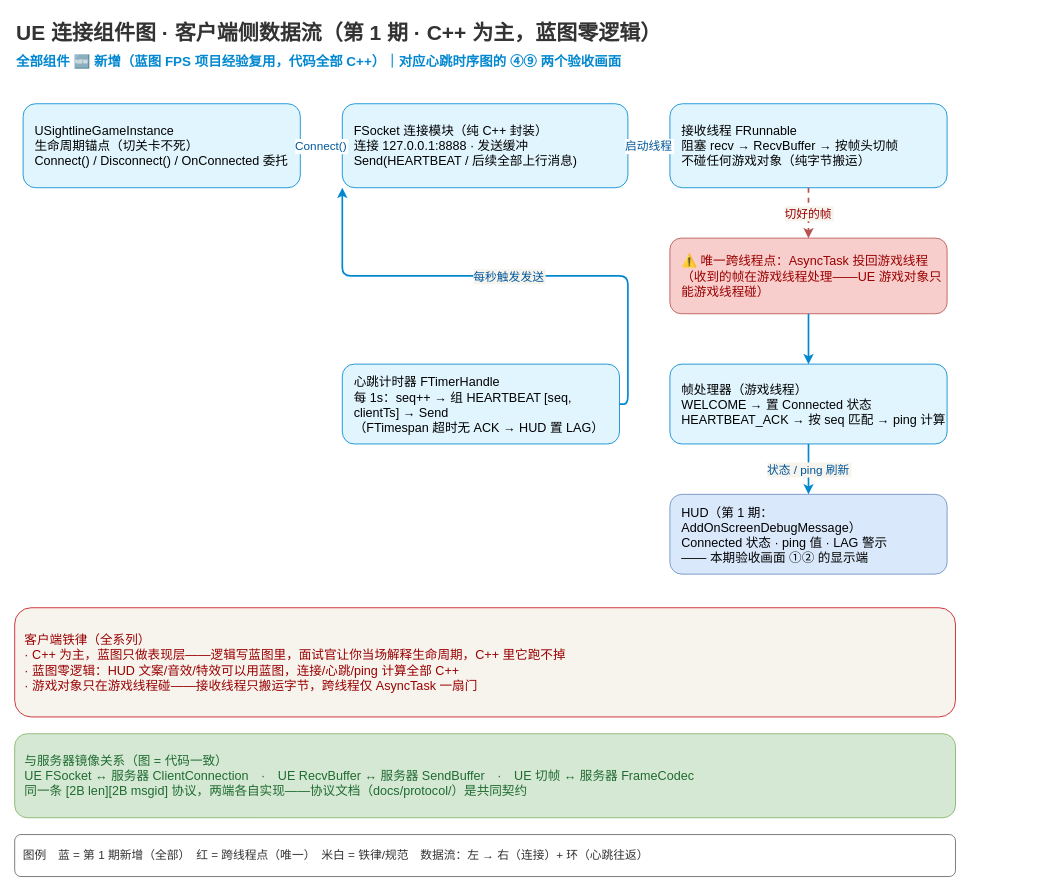
The draw.io diagram docs/episodes/ep01/ue_connection.drawio in x-PiXiu/Sightline, before the edit. Source tidied: cells renumbered, new cells numbered last; positions are measured from the earlier drawing's top-left corner, leaving out a move shared by most shapes. Both pictures are drawn from the tidied source at 84%, with x=0, y=0 at pixel (14, 14).
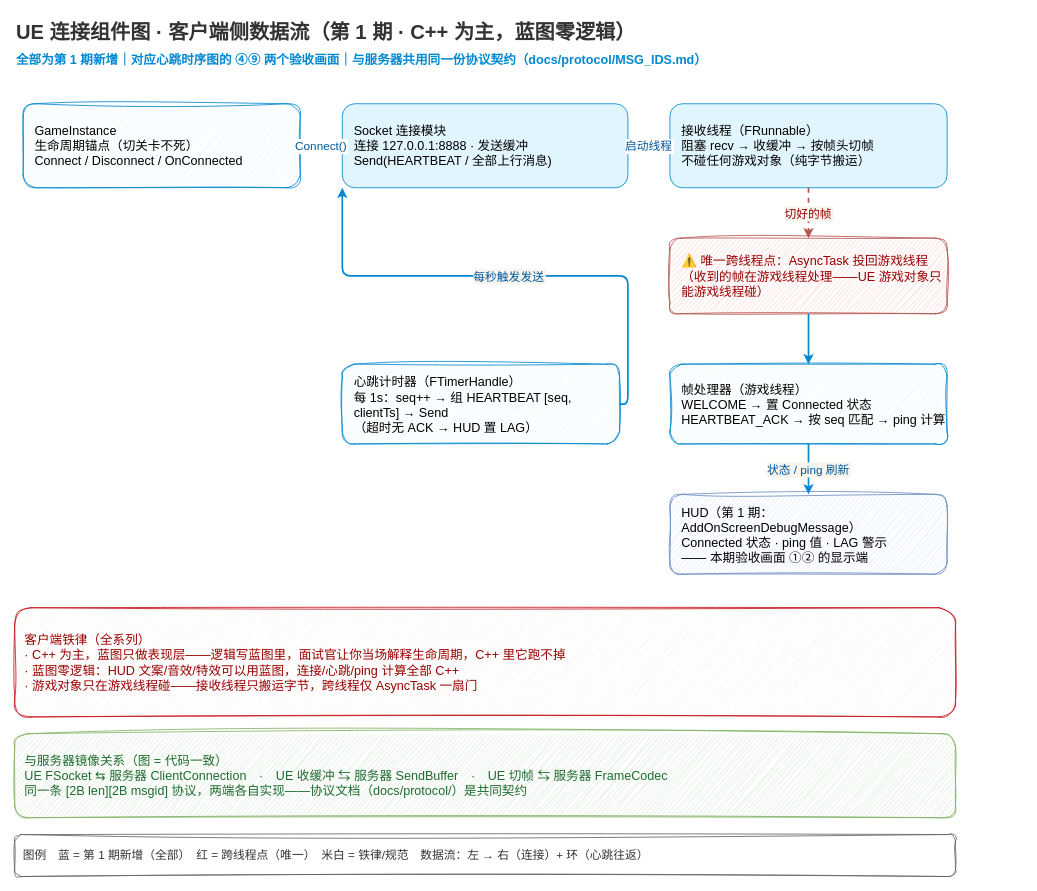
Above is the later version.

Diff of the diagram source:
```diff
@@
 <mxGraphModel>
   <root>
     <mxCell id="0" />
     <mxCell id="1" parent="0" />
-    <mxCell id="2" value="UE 连接组件图 · 客户端侧数据流（第 1 期 · C++ 为主，蓝图零逻辑）" style="text;fontSize=25;fontStyle=1;fontColor=#333333;align=left;" parent="1" vertex="1">
-      <mxGeometry width="1100" height="38" as="geometry" />
+    <mxCell id="2" value="UE 连接组件图 · 客户端侧数据流（第 1 期 · C++ 为主，蓝图零逻辑）" style="text;fontSize=24;fontStyle=1;fontColor=#333333;align=left;sketch=1;" parent="1" vertex="1">
+      <mxGeometry width="1100" height="36" as="geometry" />
     </mxCell>
-    <mxCell id="3" value="全部组件 🆕 新增（蓝图 FPS 项目经验复用，代码全部 C++）｜对应心跳时序图的 ④⑨ 两个验收画面" style="text;fontSize=16;fontStyle=1;fontColor=#0288d1;align=left;" parent="1" vertex="1">
-      <mxGeometry y="40" width="1100" height="30" as="geometry" />
+    <mxCell id="3" value="全部为第 1 期新增｜对应心跳时序图的 ④⑨ 两个验收画面｜与服务器共用同一份协议契约（docs/protocol/MSG_IDS.md）" style="text;fontSize=15;fontStyle=1;fontColor=#0288d1;align=left;" parent="1" vertex="1">
+      <mxGeometry y="38" width="1200" height="28" as="geometry" />
     </mxCell>
-    <mxCell id="4" value="USightlineGameInstance&#10;生命周期锚点（切关卡不死）&#10;Connect() / Disconnect() / OnConnected 委托" style="rounded=1;whiteSpace=wrap;fillColor=#e1f5fe;strokeColor=#0288d1;fontSize=15;align=left;spacingLeft=12;" parent="1" vertex="1">
+    <mxCell id="4" value="GameInstance&#10;生命周期锚点（切关卡不死）&#10;Connect / Disconnect / OnConnected" style="rounded=1;whiteSpace=wrap;fillColor=#e1f5fe;strokeColor=#0288d1;fontSize=15;align=left;spacingLeft=12;sketch=1;curveFitting=1;jiggle=2;" parent="1" vertex="1">
       <mxGeometry x="10" y="106" width="330" height="100" as="geometry" />
     </mxCell>
-    <mxCell id="5" value="FSocket 连接模块（纯 C++ 封装）&#10;连接 127.0.0.1:8888 · 发送缓冲&#10;Send(HEARTBEAT / 后续全部上行消息)" style="rounded=1;whiteSpace=wrap;fillColor=#e1f5fe;strokeColor=#0288d1;fontSize=15;align=left;spacingLeft=12;" parent="1" vertex="1">
+    <mxCell id="5" value="Socket 连接模块&#10;连接 127.0.0.1:8888 · 发送缓冲&#10;Send(HEARTBEAT / 全部上行消息)" style="rounded=1;whiteSpace=wrap;fillColor=#e1f5fe;strokeColor=#0288d1;fontSize=15;align=left;spacingLeft=12;" parent="1" vertex="1">
       <mxGeometry x="390" y="106" width="340" height="100" as="geometry" />
     </mxCell>
-    <mxCell id="6" value="接收线程 FRunnable&#10;阻塞 recv → RecvBuffer → 按帧头切帧&#10;不碰任何游戏对象（纯字节搬运）" style="rounded=1;whiteSpace=wrap;fillColor=#e1f5fe;strokeColor=#0288d1;fontSize=15;align=left;spacingLeft=12;" parent="1" vertex="1">
+    <mxCell id="6" value="接收线程（FRunnable）&#10;阻塞 recv → 收缓冲 → 按帧头切帧&#10;不碰任何游戏对象（纯字节搬运）" style="rounded=1;whiteSpace=wrap;fillColor=#e1f5fe;strokeColor=#0288d1;fontSize=15;align=left;spacingLeft=12;" parent="1" vertex="1">
       <mxGeometry x="780" y="106" width="330" height="100" as="geometry" />
     </mxCell>
     <mxCell id="7" value="Connect()" style="edgeStyle=none;strokeColor=#0288d1;strokeWidth=2;fontSize=14;fontColor=#01579b;background=#f7f4ee;exitX=1;exitY=0.5;entryX=0;entryY=0.5;" parent="1" edge="1" source="4" target="5">
       <mxGeometry relative="1" as="geometry" />
     </mxCell>
     <mxCell id="8" value="启动线程" style="edgeStyle=none;strokeColor=#0288d1;strokeWidth=2;fontSize=14;fontColor=#01579b;background=#f7f4ee;exitX=1;exitY=0.5;entryX=0;entryY=0.5;" parent="1" edge="1" source="5" target="6">
       <mxGeometry relative="1" as="geometry" />
     </mxCell>
-    <mxCell id="9" value="⚠️ 唯一跨线程点：AsyncTask 投回游戏线程&#10;（收到的帧在游戏线程处理——UE 游戏对象只能游戏线程碰）" style="rounded=1;whiteSpace=wrap;fillColor=#f8cecc;strokeColor=#b85450;fontSize=15;fontColor=#990000;align=left;spacingLeft=12;" parent="1" vertex="1">
+    <mxCell id="9" value="⚠️ 唯一跨线程点：AsyncTask 投回游戏线程&#10;（收到的帧在游戏线程处理——UE 游戏对象只能游戏线程碰）" style="rounded=1;whiteSpace=wrap;fillColor=#f8cecc;strokeColor=#b85450;fontSize=15;fontColor=#990000;align=left;spacingLeft=12;sketch=1;curveFitting=1;jiggle=2;" parent="1" vertex="1">
       <mxGeometry x="780" y="266" width="330" height="90" as="geometry" />
     </mxCell>
     <mxCell id="10" value="切好的帧" style="edgeStyle=orthogonalEdgeStyle;strokeColor=#b85450;strokeWidth=2;dashed=1;fontSize=14;fontColor=#990000;exitX=0.5;exitY=1;entryX=0.5;entryY=0;labelBackgroundColor=#f7f4ee;" parent="1" edge="1" source="6" target="9">
       <mxGeometry relative="1" as="geometry" />
     </mxCell>
-    <mxCell id="11" value="帧处理器（游戏线程）&#10;WELCOME → 置 Connected 状态&#10;HEARTBEAT_ACK → 按 seq 匹配 → ping 计算" style="rounded=1;whiteSpace=wrap;fillColor=#e1f5fe;strokeColor=#0288d1;fontSize=15;align=left;spacingLeft=12;" parent="1" vertex="1">
+    <mxCell id="11" value="帧处理器（游戏线程）&#10;WELCOME → 置 Connected 状态&#10;HEARTBEAT_ACK → 按 seq 匹配 → ping 计算" style="rounded=1;whiteSpace=wrap;fillColor=#e1f5fe;strokeColor=#0288d1;fontSize=15;align=left;spacingLeft=12;sketch=1;curveFitting=1;jiggle=2;" parent="1" vertex="1">
       <mxGeometry x="780" y="416" width="330" height="95" as="geometry" />
     </mxCell>
     <mxCell id="12" style="edgeStyle=orthogonalEdgeStyle;strokeColor=#0288d1;strokeWidth=2;exitX=0.5;exitY=1;entryX=0.5;entryY=0;" parent="1" edge="1" source="9" target="11">
       <mxGeometry relative="1" as="geometry" />
     </mxCell>
-    <mxCell id="13" value="心跳计时器 FTimerHandle&#10;每 1s：seq++ → 组 HEARTBEAT [seq, clientTs] → Send&#10;（FTimespan 超时无 ACK → HUD 置 LAG）" style="rounded=1;whiteSpace=wrap;fillColor=#e1f5fe;strokeColor=#0288d1;fontSize=15;align=left;spacingLeft=12;" parent="1" vertex="1">
+    <mxCell id="13" value="心跳计时器（FTimerHandle）&#10;每 1s：seq++ → 组 HEARTBEAT [seq, clientTs] → Send&#10;（超时无 ACK → HUD 置 LAG）" style="rounded=1;whiteSpace=wrap;fillColor=#e1f5fe;strokeColor=#0288d1;fontSize=15;align=left;spacingLeft=12;sketch=1;curveFitting=1;jiggle=2;" parent="1" vertex="1">
       <mxGeometry x="390" y="416" width="330" height="95" as="geometry" />
     </mxCell>
     <mxCell id="14" value="每秒触发发送" style="edgeStyle=orthogonalEdgeStyle;strokeColor=#0288d1;strokeWidth=2;fontSize=14;fontColor=#01579b;exitX=1;exitY=0.5;entryX=0;entryY=1;labelBackgroundColor=#f7f4ee;" parent="1" edge="1" source="13" target="5">
       <mxGeometry relative="1" as="geometry" />
     </mxCell>
-    <mxCell id="15" value="HUD（第 1 期：AddOnScreenDebugMessage）&#10;Connected 状态 · ping 值 · LAG 警示&#10;—— 本期验收画面 ①② 的显示端" style="rounded=1;whiteSpace=wrap;fillColor=#dae8fc;strokeColor=#6c8ebf;fontSize=15;align=left;spacingLeft=12;" parent="1" vertex="1">
+    <mxCell id="15" value="HUD（第 1 期：AddOnScreenDebugMessage）&#10;Connected 状态 · ping 值 · LAG 警示&#10;—— 本期验收画面 ①② 的显示端" style="rounded=1;whiteSpace=wrap;fillColor=#dae8fc;strokeColor=#6c8ebf;fontSize=15;align=left;spacingLeft=12;sketch=1;curveFitting=1;jiggle=2;" parent="1" vertex="1">
       <mxGeometry x="780" y="571" width="330" height="95" as="geometry" />
     </mxCell>
     <mxCell id="16" value="状态 / ping 刷新" style="edgeStyle=orthogonalEdgeStyle;strokeColor=#0288d1;strokeWidth=2;fontSize=14;fontColor=#01579b;exitX=0.5;exitY=1;entryX=0.5;entryY=0;labelBackgroundColor=#f7f4ee;" parent="1" edge="1" source="11" target="15">
       <mxGeometry relative="1" as="geometry" />
     </mxCell>
-    <mxCell id="17" value="客户端铁律（全系列）&#10;· C++ 为主，蓝图只做表现层——逻辑写蓝图里，面试官让你当场解释生命周期，C++ 里它跑不掉&#10;· 蓝图零逻辑：HUD 文案/音效/特效可以用蓝图，连接/心跳/ping 计算全部 C++&#10;· 游戏对象只在游戏线程碰——接收线程只搬运字节，跨线程仅 AsyncTask 一扇门" style="rounded=1;whiteSpace=wrap;fillColor=#f7f4ee;strokeColor=#c8161d;fontSize=15;fontColor=#990000;align=left;spacing=12;" parent="1" vertex="1">
+    <mxCell id="17" value="客户端铁律（全系列）&#10;· C++ 为主，蓝图只做表现层——逻辑写蓝图里，面试官让你当场解释生命周期，C++ 里它跑不掉&#10;· 蓝图零逻辑：HUD 文案/音效/特效可以用蓝图，连接/心跳/ping 计算全部 C++&#10;· 游戏对象只在游戏线程碰——接收线程只搬运字节，跨线程仅 AsyncTask 一扇门" style="rounded=1;whiteSpace=wrap;fillColor=#f7f4ee;strokeColor=#c8161d;fontSize=15;fontColor=#990000;align=left;spacing=12;sketch=1;curveFitting=1;jiggle=2;" parent="1" vertex="1">
       <mxGeometry y="706" width="1120" height="130" as="geometry" />
     </mxCell>
-    <mxCell id="18" value="与服务器镜像关系（图 = 代码一致）&#10;UE FSocket ↔ 服务器 ClientConnection　·　UE RecvBuffer ↔ 服务器 SendBuffer　·　UE 切帧 ↔ 服务器 FrameCodec&#10;同一条 [2B len][2B msgid] 协议，两端各自实现——协议文档（docs/protocol/）是共同契约" style="rounded=1;whiteSpace=wrap;fillColor=#d5e8d4;strokeColor=#82b366;fontSize=15;fontColor=#1f6b30;align=left;spacing=12;" parent="1" vertex="1">
+    <mxCell id="18" value="与服务器镜像关系（图 = 代码一致）&#10;UE FSocket ⇆ 服务器 ClientConnection　·　UE 收缓冲 ⇆ 服务器 SendBuffer　·　UE 切帧 ⇆ 服务器 FrameCodec&#10;同一条 [2B len][2B msgid] 协议，两端各自实现——协议文档（docs/protocol/）是共同契约" style="rounded=1;whiteSpace=wrap;fillColor=#d5e8d4;strokeColor=#82b366;fontSize=15;fontColor=#1f6b30;align=left;spacing=12;sketch=1;curveFitting=1;jiggle=2;" parent="1" vertex="1">
       <mxGeometry y="856" width="1120" height="100" as="geometry" />
     </mxCell>
-    <mxCell id="19" value="图例　蓝 = 第 1 期新增（全部）　红 = 跨线程点（唯一）　米白 = 铁律/规范　数据流：左 → 右（连接）+ 环（心跳往返）" style="rounded=1;whiteSpace=wrap;fillColor=#ffffff;strokeColor=#666666;fontSize=14;fontColor=#333;align=left;spacing=10;" parent="1" vertex="1">
+    <mxCell id="19" value="图例　蓝 = 第 1 期新增（全部）　红 = 跨线程点（唯一）　米白 = 铁律/规范　数据流：左 → 右（连接）+ 环（心跳往返）" style="rounded=1;whiteSpace=wrap;fillColor=#ffffff;strokeColor=#666666;fontSize=14;fontColor=#333;align=left;spacing=10;sketch=1;curveFitting=1;jiggle=2;" parent="1" vertex="1">
       <mxGeometry y="976" width="1120" height="50" as="geometry" />
     </mxCell>
   </root>
 </mxGraphModel>
```
